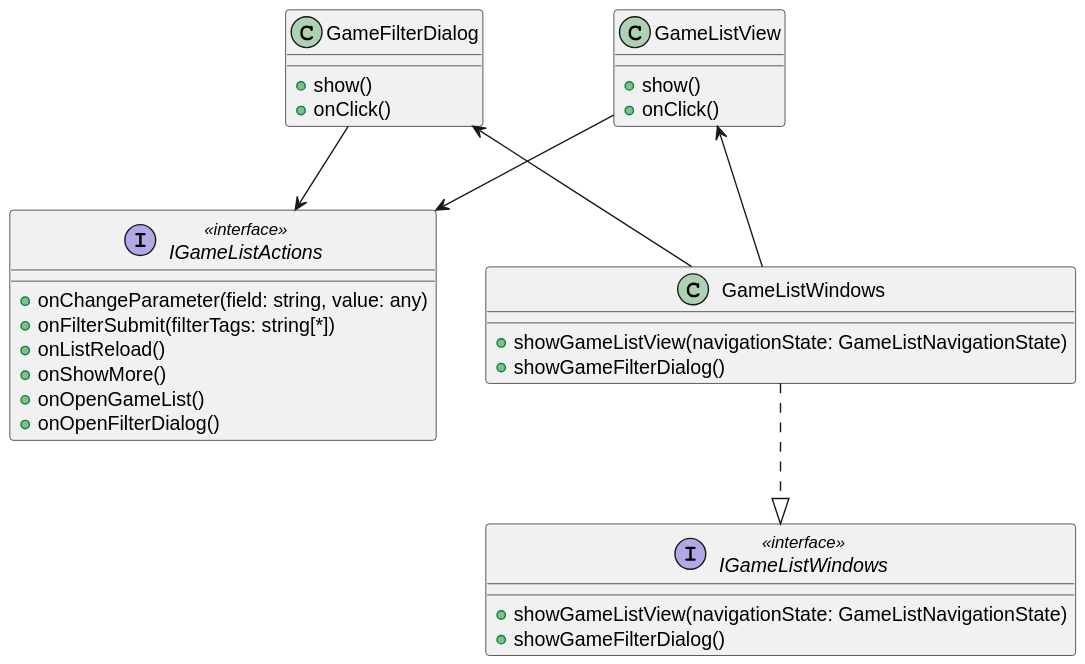
Igor-Ochocki/POP-2026Z keeps this PlantUML diagram as diagrams/frontend/rendered/game-list-view.svg. Above is the earlier version.
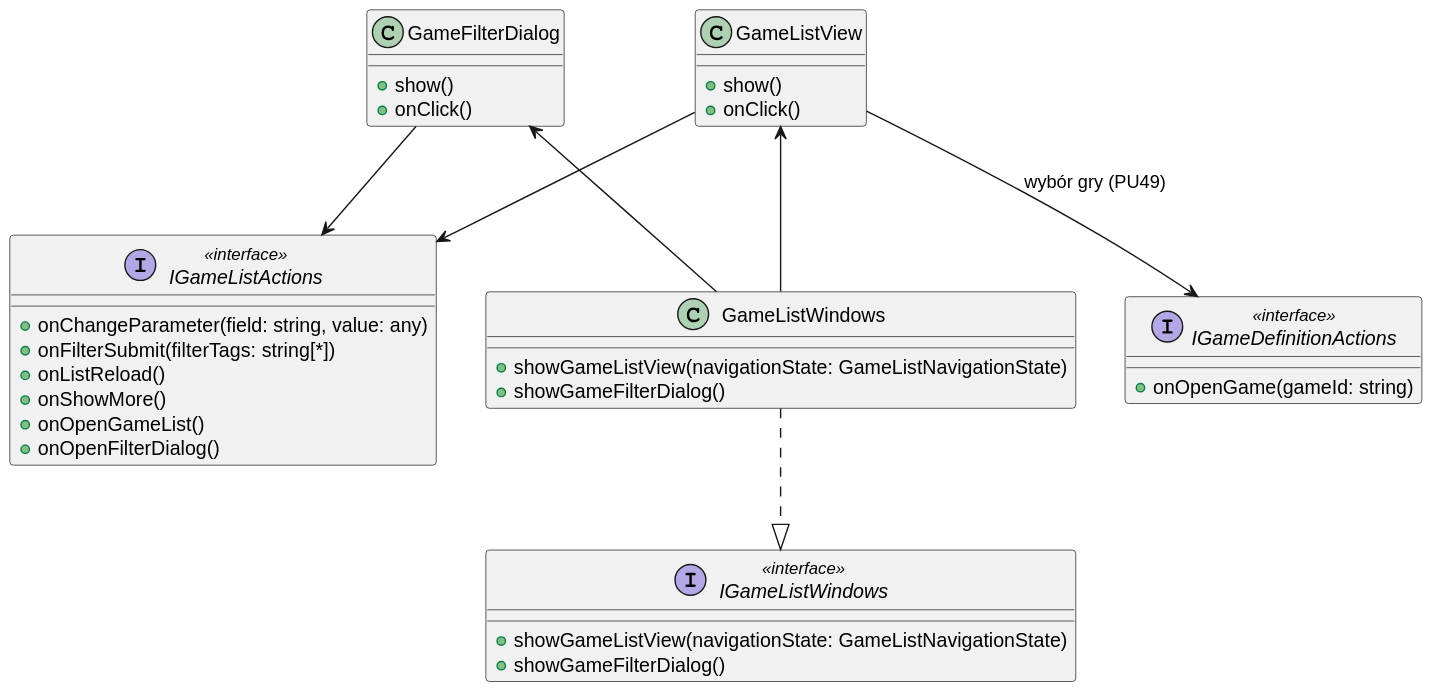
The same file after the commit.

Change to the diagram source:
```diff
@@ -33,5 +33,11 @@
 GameListWindows -u-> GameFilterDialog
 
 GameListView --> IGameListActions
+
+interface IGameDefinitionActions <<interface>> {
+    +onOpenGame(gameId: string)
+}
+
+GameListView --> IGameDefinitionActions : wybór gry (PU49)
 GameFilterDialog --> IGameListActions
 @enduml
```
